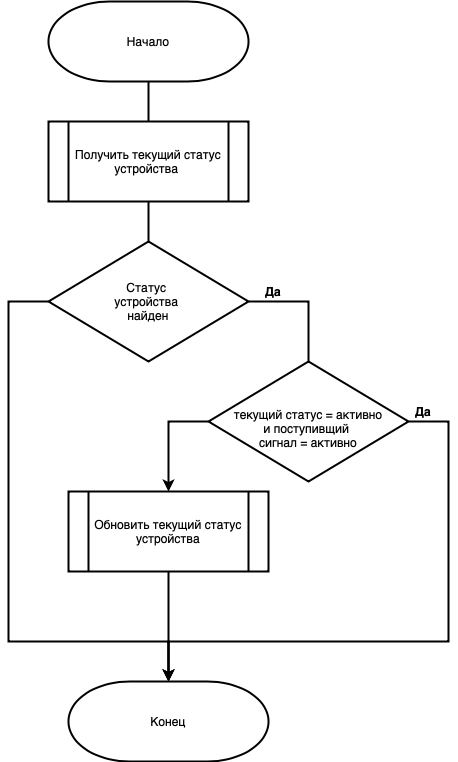
The draw.io diagram report/img/updatestatusfunc.png in Mamvriyskiy/IoT-system, before a commit. Source tidied: cells renumbered, new cells last; positions are measured from the earlier drawing's top-left corner, leaving out a move shared by most shapes.
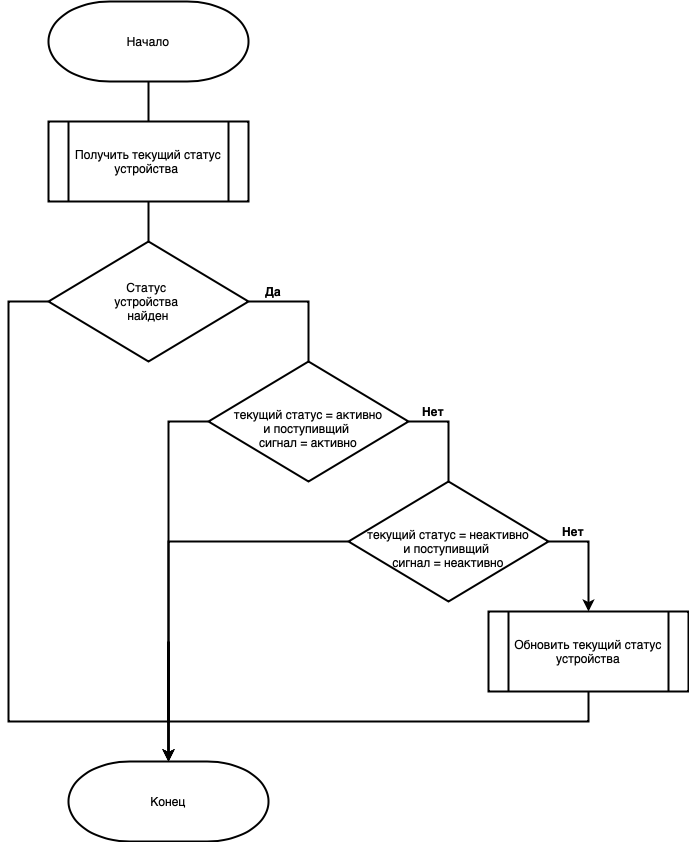
Above is the later version.

The edit, as a diff of the source:
```diff
@@ -14,11 +14,8 @@
     <mxCell id="5" value="&lt;div&gt;&lt;br&gt;&lt;/div&gt;текущий статус = активно&lt;div&gt;и поступивщий&amp;nbsp;&lt;/div&gt;&lt;div&gt;сигнал = активно&lt;/div&gt;" style="rhombus;whiteSpace=wrap;html=1;strokeWidth=2;" parent="1" vertex="1">
       <mxGeometry x="200" y="360" width="200" height="120" as="geometry" />
     </mxCell>
-    <mxCell id="6" value="Обновить текущий статус устройства" style="shape=process;whiteSpace=wrap;html=1;backgroundOutline=1;strokeWidth=2;" parent="1" vertex="1">
-      <mxGeometry x="60" y="490" width="200" height="80" as="geometry" />
-    </mxCell>
     <mxCell id="7" value="Конец" style="strokeWidth=2;html=1;shape=mxgraph.flowchart.terminator;whiteSpace=wrap;" parent="1" vertex="1">
-      <mxGeometry x="60" y="680" width="200" height="80" as="geometry" />
+      <mxGeometry x="60" y="760" width="200" height="80" as="geometry" />
     </mxCell>
     <mxCell id="8" style="endArrow=none;html=1;rounded=0;entryX=0.5;entryY=1;entryDx=0;entryDy=0;entryPerimeter=0;endFill=0;startArrow=none;startFill=0;strokeWidth=2;" parent="1" edge="1" target="2">
       <mxGeometry relative="1" as="geometry">
@@ -39,7 +36,8 @@
       <mxGeometry relative="1" as="geometry">
         <Array as="points">
           <mxPoint y="300" />
-          <mxPoint y="640" />
+          <mxPoint y="720" />
+          <mxPoint x="160" y="720" />
           <mxPoint x="160" y="640" />
         </Array>
       </mxGeometry>
@@ -47,28 +45,55 @@
     <mxCell id="12" value="Да" style="text;html=1;align=center;verticalAlign=middle;whiteSpace=wrap;rounded=0;strokeWidth=1;fontStyle=1;" parent="1" vertex="1">
       <mxGeometry x="230" y="270" width="70" height="40" as="geometry" />
     </mxCell>
-    <mxCell id="13" value="Да" style="text;html=1;align=center;verticalAlign=middle;whiteSpace=wrap;rounded=0;strokeWidth=1;fontStyle=1;" parent="1" vertex="1">
-      <mxGeometry x="380" y="390" width="70" height="40" as="geometry" />
-    </mxCell>
-    <mxCell id="14" style="endArrow=classic;html=1;rounded=0;entryX=0.5;entryY=0;entryDx=0;entryDy=0;exitX=0;exitY=0.5;exitDx=0;exitDy=0;strokeWidth=2;" parent="1" edge="1" source="5" target="6">
-      <mxGeometry relative="1" as="geometry">
-        <Array as="points">
-          <mxPoint x="160" y="420" />
-          <mxPoint x="160" y="490" />
-        </Array>
-      </mxGeometry>
-    </mxCell>
-    <mxCell id="15" style="endArrow=classic;html=1;rounded=0;entryX=0.5;entryY=0;entryDx=0;entryDy=0;entryPerimeter=0;exitX=1;exitY=0.5;exitDx=0;exitDy=0;fontStyle=1;strokeWidth=2;" parent="1" edge="1" source="5" target="7">
-      <mxGeometry relative="1" as="geometry">
-        <Array as="points">
-          <mxPoint x="440" y="420" />
-          <mxPoint x="440" y="640" />
-          <mxPoint x="160" y="640" />
-        </Array>
-      </mxGeometry>
-    </mxCell>
-    <mxCell id="16" style="endArrow=classic;html=1;rounded=0;exitX=0.5;exitY=1;exitDx=0;exitDy=0;entryX=0.5;entryY=0;entryDx=0;entryDy=0;entryPerimeter=0;strokeWidth=2;" parent="1" edge="1" source="6" target="7">
-      <mxGeometry relative="1" as="geometry" />
+    <mxCell id="16" style="endArrow=classic;html=1;rounded=0;exitX=0;exitY=0.5;exitDx=0;exitDy=0;entryX=0.5;entryY=0;entryDx=0;entryDy=0;entryPerimeter=0;strokeWidth=2;" parent="1" edge="1" source="5" target="7">
+      <mxGeometry relative="1" as="geometry">
+        <Array as="points">
+          <mxPoint x="160" y="420" />
+        </Array>
+      </mxGeometry>
     </mxCell>
+    <mxCell id="17" value="&lt;div&gt;&lt;br&gt;&lt;/div&gt;текущий статус = неактивно&lt;div&gt;и поступивщий&amp;nbsp;&lt;/div&gt;&lt;div&gt;сигнал = неактивно&lt;/div&gt;" style="rhombus;whiteSpace=wrap;html=1;strokeWidth=2;" parent="1" vertex="1">
+      <mxGeometry x="340" y="480" width="200" height="120" as="geometry" />
+    </mxCell>
+    <mxCell id="18" style="endArrow=none;html=1;rounded=0;entryX=0.5;entryY=0;entryDx=0;entryDy=0;exitX=1;exitY=0.5;exitDx=0;exitDy=0;strokeWidth=2;endFill=0;" parent="1" edge="1" source="5" target="17">
+      <mxGeometry relative="1" as="geometry">
+        <Array as="points">
+          <mxPoint x="440" y="420" />
+          <mxPoint x="440" y="480" />
+        </Array>
+      </mxGeometry>
+    </mxCell>
+    <mxCell id="19" style="edgeStyle=orthogonalEdgeStyle;rounded=0;jettySize=auto;html=1;entryX=0.5;entryY=0;entryDx=0;entryDy=0;entryPerimeter=0;strokeWidth=2;exitX=0.5;exitY=1;exitDx=0;exitDy=0;" parent="1" edge="1" source="6" target="7">
+      <mxGeometry relative="1" as="geometry">
+        <Array as="points">
+          <mxPoint x="580" y="720" />
+          <mxPoint x="160" y="720" />
+        </Array>
+      </mxGeometry>
+    </mxCell>
+    <mxCell id="20" style="edgeStyle=orthogonalEdgeStyle;rounded=0;jettySize=auto;html=1;exitX=0;exitY=0.5;exitDx=0;exitDy=0;entryX=0.5;entryY=0;entryDx=0;entryDy=0;entryPerimeter=0;strokeWidth=2;" parent="1" edge="1" source="17" target="7">
+      <mxGeometry relative="1" as="geometry">
+        <Array as="points">
+          <mxPoint x="160" y="540" />
+        </Array>
+      </mxGeometry>
+    </mxCell>
+    <mxCell id="21" style="edgeStyle=orthogonalEdgeStyle;rounded=0;jettySize=auto;html=1;exitX=1;exitY=0.5;exitDx=0;exitDy=0;entryX=0.5;entryY=0;entryDx=0;entryDy=0;entryPerimeter=0;strokeWidth=2;" parent="1" edge="1" source="17" target="6">
+      <mxGeometry relative="1" as="geometry">
+        <Array as="points">
+          <mxPoint x="580" y="540" />
+          <mxPoint x="580" y="610" />
+        </Array>
+      </mxGeometry>
+    </mxCell>
+    <mxCell id="6" value="Обновить текущий статус устройства" style="shape=process;whiteSpace=wrap;html=1;backgroundOutline=1;strokeWidth=2;" parent="1" vertex="1">
+      <mxGeometry x="480" y="610" width="200" height="80" as="geometry" />
+    </mxCell>
+    <mxCell id="22" value="Нет" style="text;html=1;align=center;verticalAlign=middle;whiteSpace=wrap;rounded=0;strokeWidth=1;fontStyle=1;" parent="1" vertex="1">
+      <mxGeometry x="390" y="390" width="70" height="40" as="geometry" />
+    </mxCell>
+    <mxCell id="23" value="Нет" style="text;html=1;align=center;verticalAlign=middle;whiteSpace=wrap;rounded=0;strokeWidth=1;fontStyle=1;" parent="1" vertex="1">
+      <mxGeometry x="530" y="510" width="70" height="40" as="geometry" />
+    </mxCell>
   </root>
 </mxGraphModel>
```
